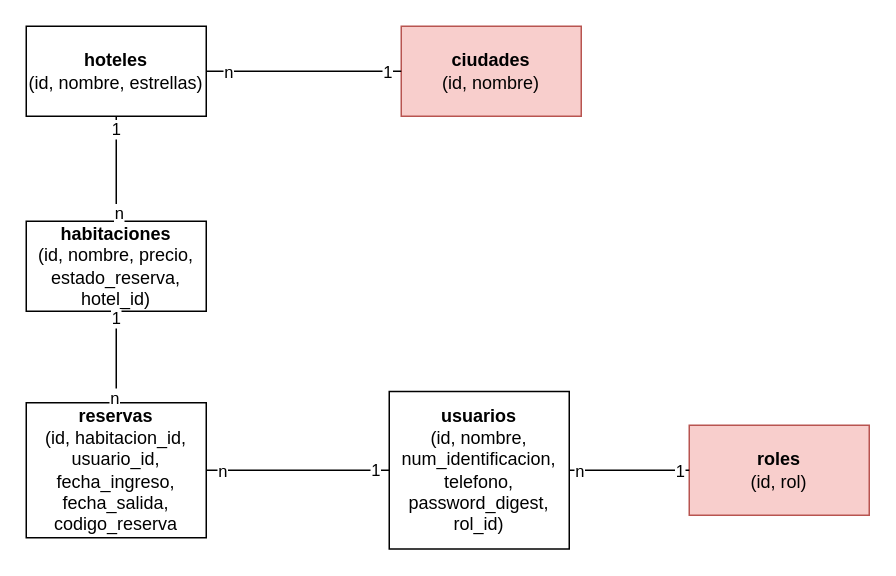
Before: diagramas_entidad_relacion.drawio in Alvaro-89/hoteles, a draw.io diagram. Source tidied: cells renumbered, new cells numbered last; positions are measured from the earlier drawing's top-left corner, leaving out a move shared by most shapes. Both pictures are drawn from the tidied source at 150%, with x=0, y=0 at pixel (26, 26).
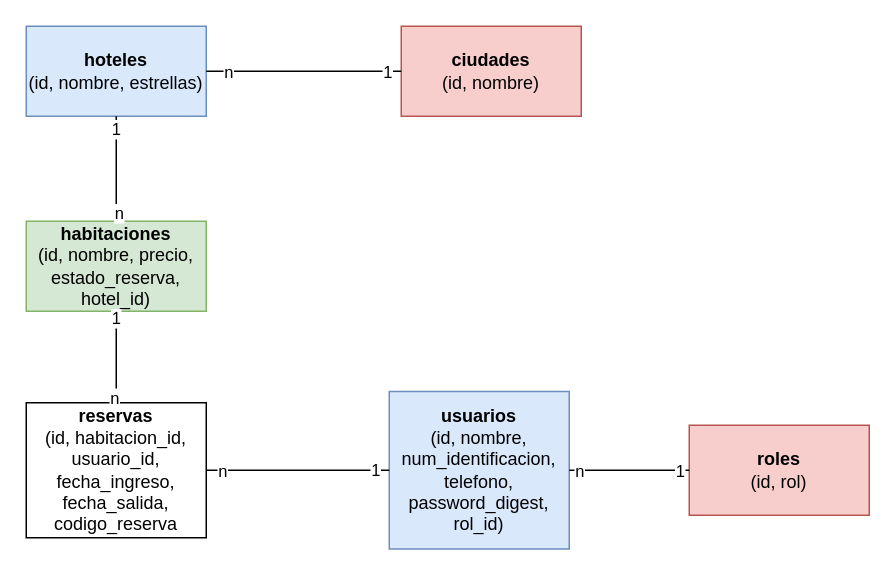
Above is the later version.

The edit, as a diff of the source:
```diff
@@
-    <mxCell id="2" value="&lt;b&gt;hoteles&lt;/b&gt;&lt;br&gt;(id, nombre, estrellas)" style="rounded=0;whiteSpace=wrap;html=1;" parent="1" vertex="1">
+    <mxCell id="2" value="&lt;b&gt;hoteles&lt;/b&gt;&lt;br&gt;(id, nombre, estrellas)" style="rounded=0;whiteSpace=wrap;html=1;fillColor=#dae8fc;strokeColor=#6c8ebf;" parent="1" vertex="1">
       <mxGeometry width="120" height="60" as="geometry" />
     </mxCell>
-    <mxCell id="3" value="&lt;b&gt;habitaciones&lt;/b&gt;&lt;br&gt;(id, nombre, precio, estado_reserva, hotel_id)" style="rounded=0;whiteSpace=wrap;html=1;" parent="1" vertex="1">
+    <mxCell id="3" value="&lt;b&gt;habitaciones&lt;/b&gt;&lt;br&gt;(id, nombre, precio, estado_reserva, hotel_id)" style="rounded=0;whiteSpace=wrap;html=1;fillColor=#d5e8d4;strokeColor=#82b366;" parent="1" vertex="1">
       <mxGeometry y="130" width="120" height="60" as="geometry" />
     </mxCell>
-    <mxCell id="4" value="&lt;b&gt;usuarios&lt;/b&gt;&lt;br&gt;(id, nombre, num_identificacion, telefono, password_digest, rol_id)" style="rounded=0;whiteSpace=wrap;html=1;" parent="1" vertex="1">
+    <mxCell id="4" value="&lt;b&gt;usuarios&lt;/b&gt;&lt;br&gt;(id, nombre, num_identificacion, telefono, password_digest, rol_id)" style="rounded=0;whiteSpace=wrap;html=1;fillColor=#dae8fc;strokeColor=#6c8ebf;" parent="1" vertex="1">
       <mxGeometry x="242" y="243.5" width="120" height="105" as="geometry" />
     </mxCell>
```
